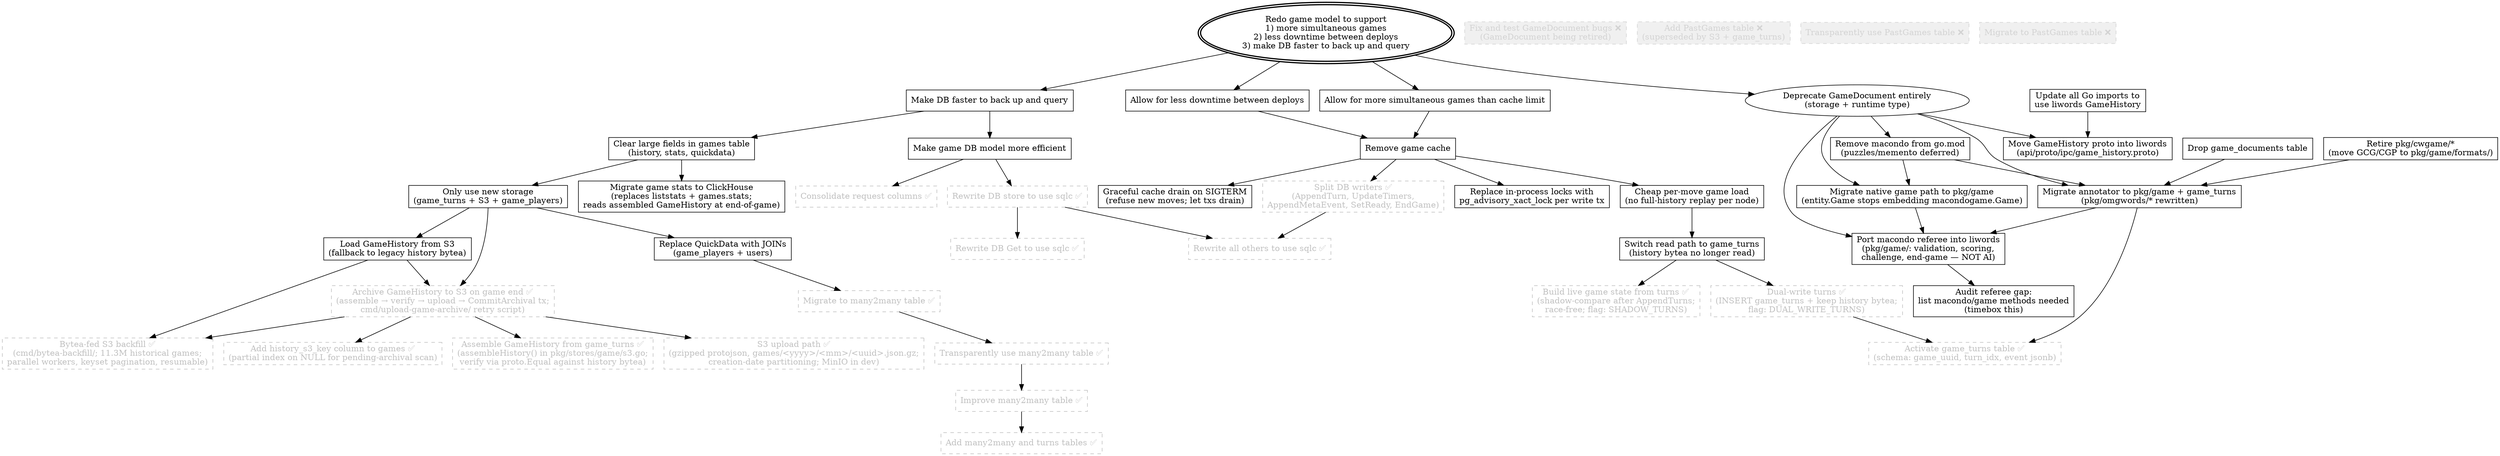
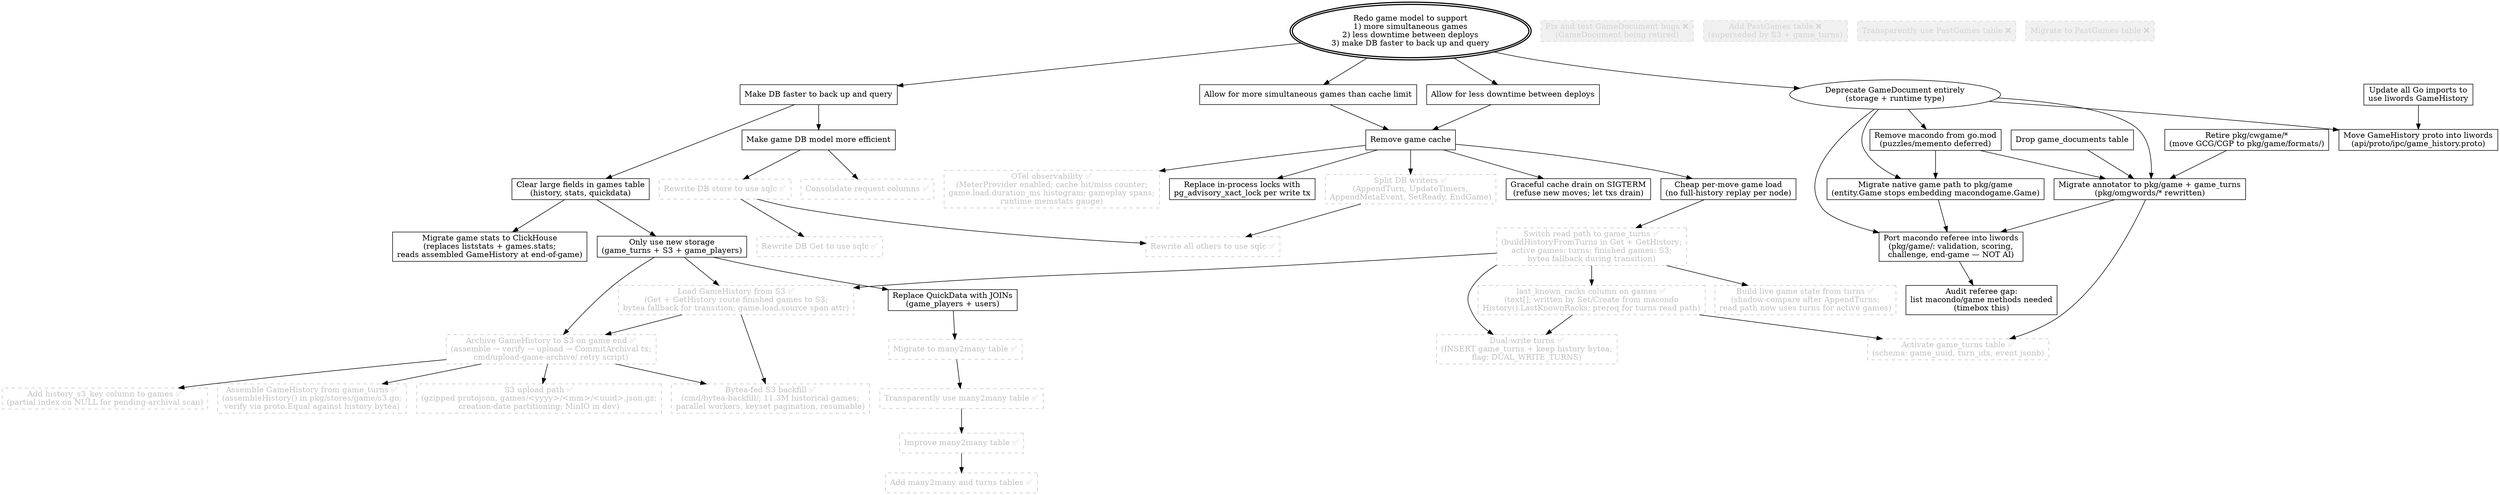
digraph RedoGameModel {
    Goal [label = "Redo game model to support\n1) more simultaneous games\n2) less downtime between deploys\n3) make DB faster to back up and query";shape = oval;peripheries = 2;style = bold;];

    // ── Completed nodes ✅ ────────────────────────────────────────────────
    node [shape = box; color = gray; fontcolor = gray; style = dashed;];
    DBGet [label = "Rewrite DB Get to use sqlc ✅";];
    AddOtherTables [label = "Add many2many and turns tables ✅";];
    SQLCDBStore [label = "Rewrite DB store to use sqlc ✅";];
    SQLCOtherFuncs [label = "Rewrite all others to use sqlc ✅";];
    ConsolidateRequestColumns [label = "Consolidate request columns ✅";];
    ImproveMany2ManyTable [label = "Improve many2many table ✅";];
    UseMany2ManyTable [label = "Transparently use many2many table ✅";];
    MigrateToMany2ManyTable [label = "Migrate to many2many table ✅";];
    ActivateGameTurnsTable [label = "Activate game_turns table ✅\n(schema: game_uuid, turn_idx, event jsonb)";];
    DualWriteTurns [label = "Dual-write turns ✅\n(INSERT game_turns + keep history bytea;\nflag: DUAL_WRITE_TURNS)";];
    SplitDBWriters [label = "Split DB writers ✅\n(AppendTurn, UpdateTimers,\nAppendMetaEvent, SetReady, EndGame)";];
-     BuildLiveStateFromTurns [label = "Build live game state from turns ✅\n(shadow-compare after AppendTurns;\nrace-free; flag: SHADOW_TURNS)";];
+     BuildLiveStateFromTurns [label = "Build live game state from turns ✅\n(shadow-compare after AppendTurns;\nread path now uses turns for active games)";];
    AssembleHistoryFromTurns [label = "Assemble GameHistory from game_turns ✅\n(assembleHistory() in pkg/stores/game/s3.go;\nverify via proto.Equal against history bytea)";];
    S3UploadPath [label = "S3 upload path ✅\n(gzipped protojson, games/<yyyy>/<mm>/<uuid>.json.gz;\ncreation-date partitioning; MinIO in dev)";];
    S3UrlColumnOnGames [label = "Add history_s3_key column to games ✅\n(partial index on NULL for pending-archival scan)";];
    S3ArchiveOnGameEnd [label = "Archive GameHistory to S3 on game end ✅\n(assemble → verify → upload → CommitArchival tx;\ncmd/upload-game-archive/ retry script)";];
    ByteaBackfill [label = "Bytea-fed S3 backfill ✅\n(cmd/bytea-backfill/; 11.3M historical games;\nparallel workers, keyset pagination, resumable)";];
+     OTelObservability [label = "OTel observability ✅\n(MeterProvider enabled; cache hit/miss counter;\ngame.load.duration_ms histogram; gameplay spans;\nruntime memstats gauge)";];
+     LastKnownRacksColumn [label = "last_known_racks column on games ✅\n(text[]; written by Set/Create from macondo\nHistory().LastKnownRacks; prereq for turns read path)";];
+     S3LoadPath [label = "Load GameHistory from S3 ✅\n(Get + GetHistory route finished games to S3;\nbytea fallback for transition; game.load.source span attr)";];
+     ReadPathFromTurns [label = "Switch read path to game_turns ✅\n(buildHistoryFromTurns in Get + GetHistory;\nactive games: turns; finished games: S3;\nbytea fallback during transition)";];

    // ── Dropped nodes ❌ ──────────────────────────────────────────────────
    node [shape = box; color = lightgray; fontcolor = lightgray; style = "dashed,filled"; fillcolor = "#f0f0f0";];
    FixGameDocumentBugs [label = "Fix and test GameDocument bugs ❌\n(GameDocument being retired)";];
    AddPastGamesTable [label = "Add PastGames table ❌\n(superseded by S3 + game_turns)";];
    UsePastGamesTable [label = "Transparently use PastGames table ❌";];
    MigrateToPastGamesTable [label = "Migrate to PastGames table ❌";];

    // ── Open nodes ────────────────────────────────────────────────────────
    node [shape = box; color = black; fontcolor = black; style = solid; fillcolor = white;];

    MoreSimultaneousGames [label = "Allow for more simultaneous games than cache limit";];
    LessDowntimeBetweenDeploys [label = "Allow for less downtime between deploys";];
    MakeDBFaster [label = "Make DB faster to back up and query";];

    RemoveGameCache [label = "Remove game cache";];
    EfficientTable [label = "Make game DB model more efficient";];

    // ── RemoveGameCache prerequisites ─────────────────────────────────────
    AdvisoryLockWriters [label = "Replace in-process locks with\npg_advisory_xact_lock per write tx";];

    CheapGameLoad [label = "Cheap per-move game load\n(no full-history replay per node)";];
-     ReadPathFromTurns [label = "Switch read path to game_turns\n(history bytea no longer read)";];

    GracefulCacheDrain [label = "Graceful cache drain on SIGTERM\n(refuse new moves; let txs drain)";];

    // ── MakeDBFaster prerequisites ────────────────────────────────────────
    ClearLargeFields [label = "Clear large fields in games table\n(history, stats, quickdata)";];
    MigrateStatsToClickhouse [label = "Migrate game stats to ClickHouse\n(replaces liststats + games.stats;\nreads assembled GameHistory at end-of-game)";];
    OnlyUseNewStorage [label = "Only use new storage\n(game_turns + S3 + game_players)";];
    ReplaceQuickData [label = "Replace QuickData with JOINs\n(game_players + users)";];
- 
-     S3LoadPath [label = "Load GameHistory from S3\n(fallback to legacy history bytea)";];

    // ── DeprecateGameDocument branch ──────────────────────────────────────
    DeprecateGameDocument [label = "Deprecate GameDocument entirely\n(storage + runtime type)";shape = oval;];

    MoveGameHistoryProto [label = "Move GameHistory proto into liwords\n(api/proto/ipc/game_history.proto)";];
    UpdateGoImports [label = "Update all Go imports to\nuse liwords GameHistory";];

    PortMacondoReferee [label = "Port macondo referee into liwords\n(pkg/game/: validation, scoring,\nchallenge, end-game — NOT AI)";];
    AuditRefereeGap [label = "Audit referee gap:\nlist macondo/game methods needed\n(timebox this)";];

    MigrateNativeGamesToPkgGame [label = "Migrate native game path to pkg/game\n(entity.Game stops embedding macondogame.Game)";];
    MigrateAnnotatorToPkgGame [label = "Migrate annotator to pkg/game + game_turns\n(pkg/omgwords/* rewritten)";];
    DropGameDocumentsTable [label = "Drop game_documents table";];
    RetireCwgame [label = "Retire pkg/cwgame/*\n(move GCG/CGP to pkg/game/formats/)";];
    RemoveMacondoRuntimeDep [label = "Remove macondo from go.mod\n(puzzles/memento deferred)";];

    // ── Edges: Goal ───────────────────────────────────────────────────────
    Goal -> MoreSimultaneousGames;
    Goal -> LessDowntimeBetweenDeploys;
    Goal -> MakeDBFaster;
    Goal -> DeprecateGameDocument;

    // ── Edges: RemoveGameCache ────────────────────────────────────────────
    MoreSimultaneousGames -> RemoveGameCache;
    LessDowntimeBetweenDeploys -> RemoveGameCache;

    RemoveGameCache -> AdvisoryLockWriters;
    RemoveGameCache -> SplitDBWriters;
    RemoveGameCache -> CheapGameLoad;
    RemoveGameCache -> GracefulCacheDrain;
+     RemoveGameCache -> OTelObservability;
    SplitDBWriters -> SQLCOtherFuncs;

    CheapGameLoad -> ReadPathFromTurns;
+     ReadPathFromTurns -> LastKnownRacksColumn;
    ReadPathFromTurns -> DualWriteTurns;
-     DualWriteTurns -> ActivateGameTurnsTable;
    ReadPathFromTurns -> BuildLiveStateFromTurns;
+     ReadPathFromTurns -> S3LoadPath;
+     S3LoadPath -> S3ArchiveOnGameEnd;
+     S3LoadPath -> ByteaBackfill;
+     LastKnownRacksColumn -> ActivateGameTurnsTable;
+     LastKnownRacksColumn -> DualWriteTurns;

    // ── Edges: MakeDBFaster ───────────────────────────────────────────────
    MakeDBFaster -> EfficientTable;
    MakeDBFaster -> ClearLargeFields;

    EfficientTable -> ConsolidateRequestColumns;
    EfficientTable -> SQLCDBStore;
    SQLCDBStore -> DBGet;
    SQLCDBStore -> SQLCOtherFuncs;

    ClearLargeFields -> OnlyUseNewStorage;
    ClearLargeFields -> MigrateStatsToClickhouse;
    OnlyUseNewStorage -> ReplaceQuickData;
    OnlyUseNewStorage -> S3ArchiveOnGameEnd;
    OnlyUseNewStorage -> S3LoadPath;

    ReplaceQuickData -> MigrateToMany2ManyTable;
    MigrateToMany2ManyTable -> UseMany2ManyTable;
    UseMany2ManyTable -> ImproveMany2ManyTable;
    ImproveMany2ManyTable -> AddOtherTables;

    S3ArchiveOnGameEnd -> AssembleHistoryFromTurns;
    S3ArchiveOnGameEnd -> S3UploadPath;
    S3ArchiveOnGameEnd -> S3UrlColumnOnGames;
    S3ArchiveOnGameEnd -> ByteaBackfill;
-     S3LoadPath -> S3ArchiveOnGameEnd;
-     S3LoadPath -> ByteaBackfill;

    // ── Edges: DeprecateGameDocument ──────────────────────────────────────
    DeprecateGameDocument -> MoveGameHistoryProto;
    DeprecateGameDocument -> PortMacondoReferee;
    DeprecateGameDocument -> MigrateNativeGamesToPkgGame;
    DeprecateGameDocument -> MigrateAnnotatorToPkgGame;
    DeprecateGameDocument -> RemoveMacondoRuntimeDep;

    UpdateGoImports -> MoveGameHistoryProto;
    PortMacondoReferee -> AuditRefereeGap;
    MigrateNativeGamesToPkgGame -> PortMacondoReferee;
    MigrateAnnotatorToPkgGame -> PortMacondoReferee;
    MigrateAnnotatorToPkgGame -> ActivateGameTurnsTable;
    DropGameDocumentsTable -> MigrateAnnotatorToPkgGame;
    RetireCwgame -> MigrateAnnotatorToPkgGame;
    RemoveMacondoRuntimeDep -> MigrateNativeGamesToPkgGame;
    RemoveMacondoRuntimeDep -> MigrateAnnotatorToPkgGame;
}
